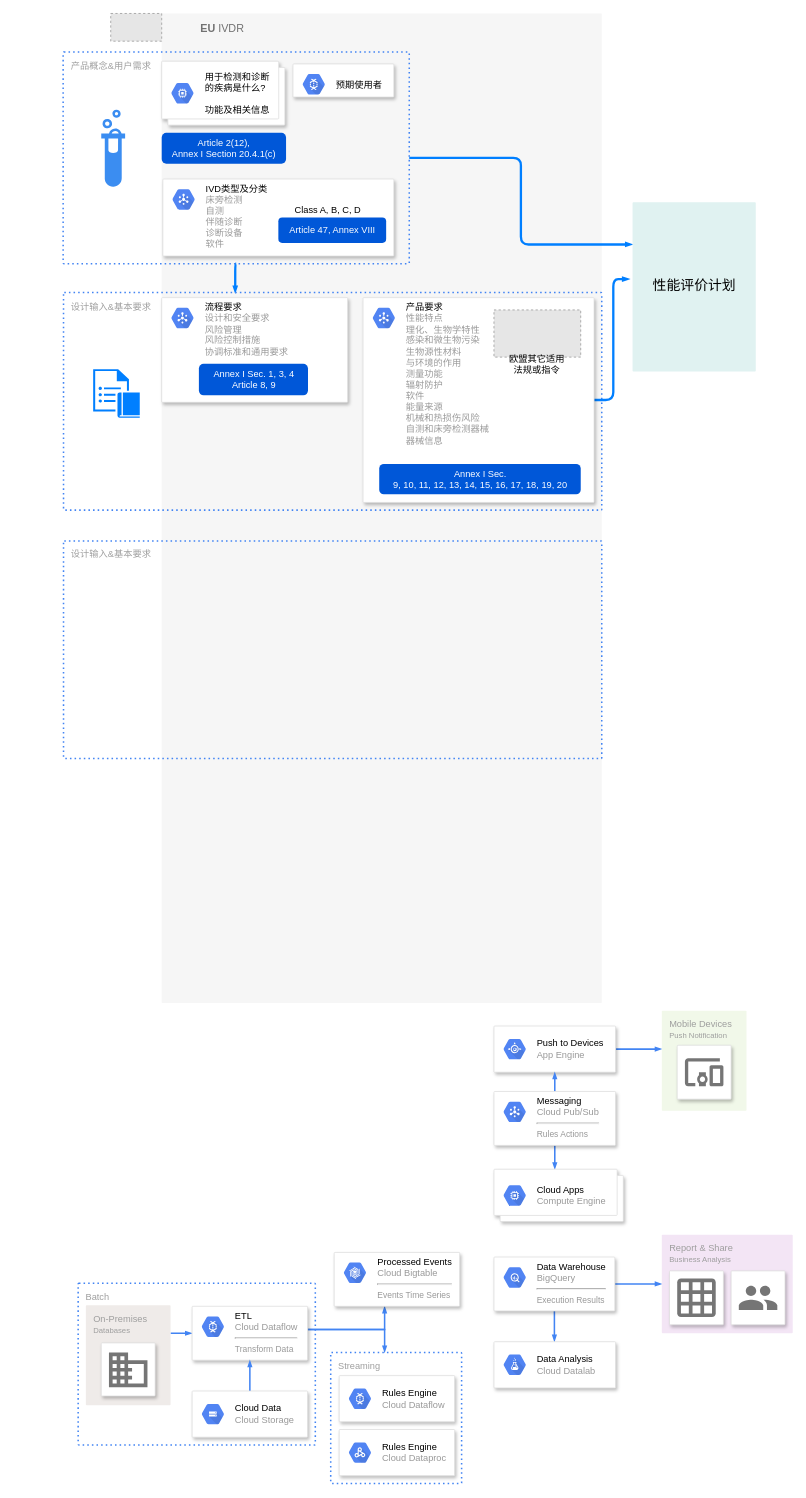
Before: IVDR.drawio in RASAAS/EUMDR, a draw.io diagram. Source tidied: cells renumbered, new cells numbered last; positions are measured from the earlier drawing's top-left corner, leaving out a move shared by most shapes. Both pictures are drawn from the tidied source at 77%, with x=0, y=0 at pixel (62, 13). Pictures stored in the file or linked from it are replaced by grey dashed boxes.
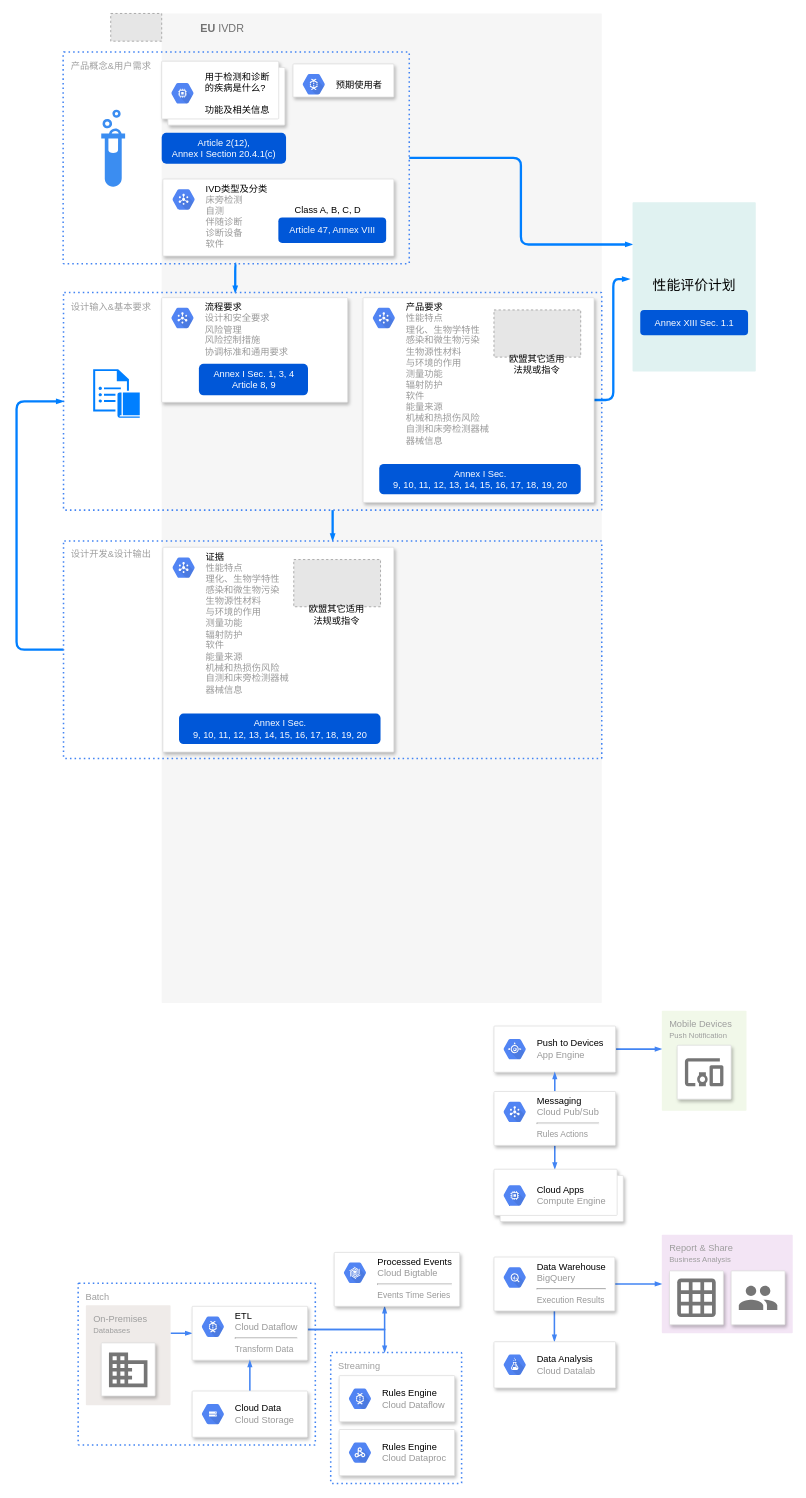
The same page after the edit.

The change refers to these unchanged cells:
```xml
<mxCell id="59" value="设计输入&amp;amp;基本要求" style="rounded=1;absoluteArcSize=1;arcSize=2;html=1;strokeColor=#4284F3;gradientColor=none;shadow=0;dashed=1;fontSize=12;fontColor=#9E9E9E;align=left;verticalAlign=top;spacing=10;spacingTop=-4;fillColor=none;dashPattern=1 2;strokeWidth=2;" parent="1" vertex="1">
  <mxGeometry x="1" y="362.5" width="699" height="282.5" as="geometry" />
</mxCell>
```

Diff of the diagram source:
```diff
@@
+    <mxCell id="72" style="edgeStyle=orthogonalEdgeStyle;rounded=1;jettySize=auto;html=1;entryX=0.5;entryY=0;entryDx=0;entryDy=0;endArrow=blockThin;endFill=1;endSize=2;strokeColor=#007FFF;strokeWidth=3;" parent="1" edge="1" source="59" target="70">
+      <mxGeometry relative="1" as="geometry" />
+    </mxCell>
@@
+    <mxCell id="73" style="edgeStyle=orthogonalEdgeStyle;rounded=1;jettySize=auto;html=1;entryX=0;entryY=0.5;entryDx=0;entryDy=0;endArrow=blockThin;endFill=1;endSize=2;strokeColor=#007FFF;strokeWidth=3;exitX=0;exitY=0.5;exitDx=0;exitDy=0;" parent="1" edge="1" source="70" target="59">
+      <mxGeometry relative="1" as="geometry">
+        <Array as="points">
+          <mxPoint x="-60" y="826" />
+          <mxPoint x="-60" y="504" />
+        </Array>
+      </mxGeometry>
+    </mxCell>
-    <mxCell id="70" value="设计输入&amp;amp;基本要求" style="rounded=1;absoluteArcSize=1;arcSize=2;html=1;strokeColor=#4284F3;gradientColor=none;shadow=0;dashed=1;fontSize=12;fontColor=#9E9E9E;align=left;verticalAlign=top;spacing=10;spacingTop=-4;fillColor=none;dashPattern=1 2;strokeWidth=2;" parent="1" vertex="1">
+    <mxCell id="70" value="设计开发&amp;amp;设计输出" style="rounded=1;absoluteArcSize=1;arcSize=2;html=1;strokeColor=#4284F3;gradientColor=none;shadow=0;dashed=1;fontSize=12;fontColor=#9E9E9E;align=left;verticalAlign=top;spacing=10;spacingTop=-4;fillColor=none;dashPattern=1 2;strokeWidth=2;" parent="1" vertex="1">
       <mxGeometry x="1" y="685" width="699" height="282.5" as="geometry" />
     </mxCell>
@@
+    <mxCell id="74" value="Annex XIII Sec. 1.1" style="rounded=1;fillColor=#0057D8;strokeColor=none;html=1;fontColor=#ffffff;align=center;verticalAlign=middle;fontStyle=0;fontSize=12;" parent="1" vertex="1">
+      <mxGeometry x="750" y="385" width="140" height="33" as="geometry" />
+    </mxCell>
+    <mxCell id="75" style="strokeColor=#dddddd;fillColor=#ffffff;shadow=1;strokeWidth=1;rounded=1;absoluteArcSize=1;arcSize=2;fontSize=12;fontColor=#9E9E9E;align=center;html=1;" parent="1" vertex="1">
+      <mxGeometry x="130" y="693.2" width="300" height="266" as="geometry" />
+    </mxCell>
+    <mxCell id="76" value="&lt;font color=&quot;#000000&quot;&gt;证据&lt;br&gt;&lt;/font&gt;性能特点&lt;br&gt;理化、生物学特性&lt;br&gt;感染和微生物污染&lt;br&gt;生物源性材料&lt;br&gt;与环境的作用&lt;br&gt;测量功能&lt;br&gt;辐射防护&lt;br&gt;软件&lt;br&gt;能量来源&lt;br&gt;机械和热损伤风险&lt;br&gt;自测和床旁检测器械&lt;br&gt;器械信息" style="dashed=0;html=1;fillColor=#5184F3;strokeColor=none;shape=mxgraph.gcp2.hexIcon;prIcon=cloud_pubsub;labelPosition=right;verticalLabelPosition=middle;align=left;verticalAlign=top;spacingLeft=5;fontColor=#999999;fontSize=12;spacingTop=-8;" parent="75" vertex="1">
+      <mxGeometry width="44" height="39" relative="1" as="geometry">
+        <mxPoint x="5" y="7" as="offset" />
+      </mxGeometry>
+    </mxCell>
+    <mxCell id="77" value="Annex I Sec. &lt;br&gt;9, 10, 11, 12, 13, 14, 15, 16, 17, 18, 19, 20" style="rounded=1;fillColor=#0057D8;strokeColor=none;html=1;fontColor=#ffffff;align=center;verticalAlign=middle;fontStyle=0;fontSize=12;" parent="75" vertex="1">
+      <mxGeometry x="21" y="216" width="261.7" height="39.5" as="geometry" />
+    </mxCell>
+    <mxCell id="78" style="fillColor=#E6E6E6;strokeColor=#999999;dashed=1;verticalLabelPosition=bottom;verticalAlign=top;" parent="75" vertex="1">
+      <mxGeometry x="170" y="16" width="112.7" height="61.3" as="geometry" />
+    </mxCell>
+    <mxCell id="79" value="欧盟其它适用法规或指令" style="text;html=1;strokeColor=none;fillColor=none;align=center;verticalAlign=middle;whiteSpace=wrap;rounded=0;" parent="75" vertex="1">
+      <mxGeometry x="186.4" y="77.3" width="80" height="20" as="geometry" />
+    </mxCell>
```
